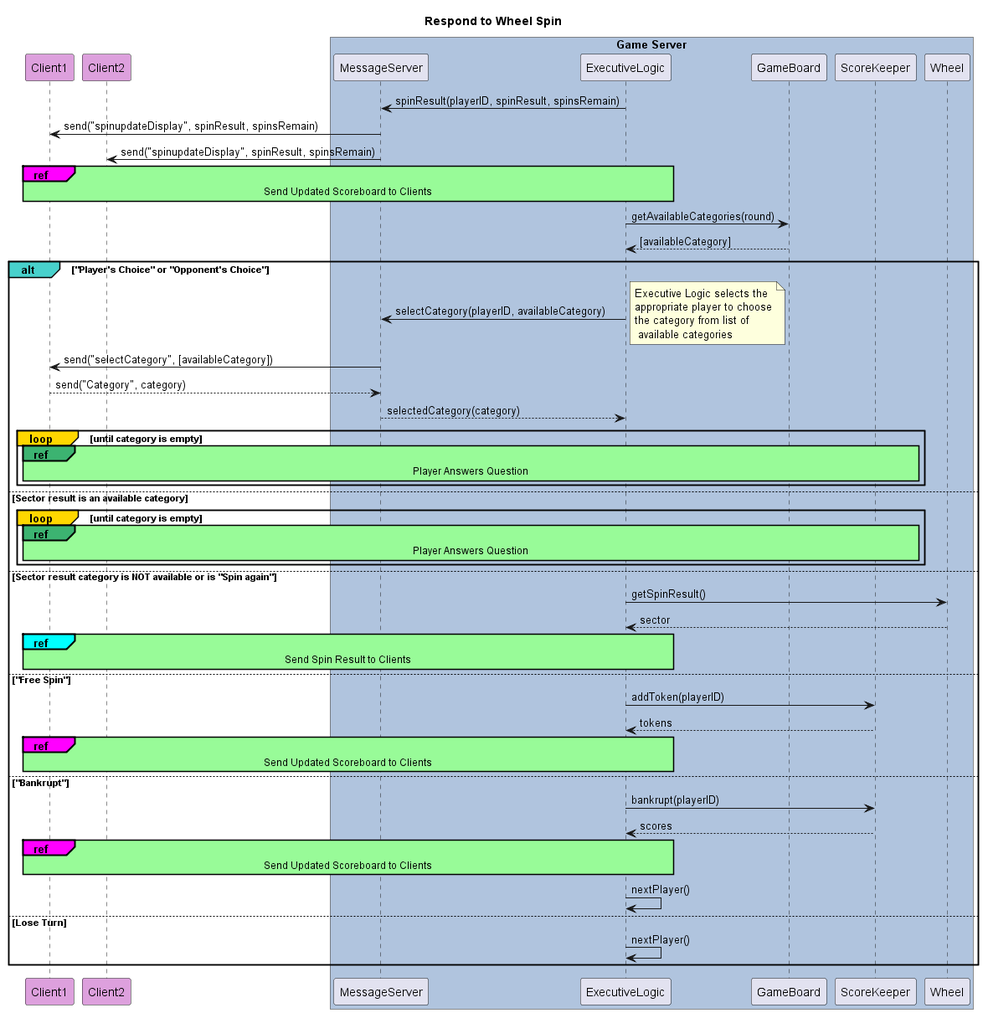
The PlantUML diagram out/diagrams/seq-diagram-wheel-spin/Respond to Wheel Spin.png in poszy/def_spinit_project, before a commit.
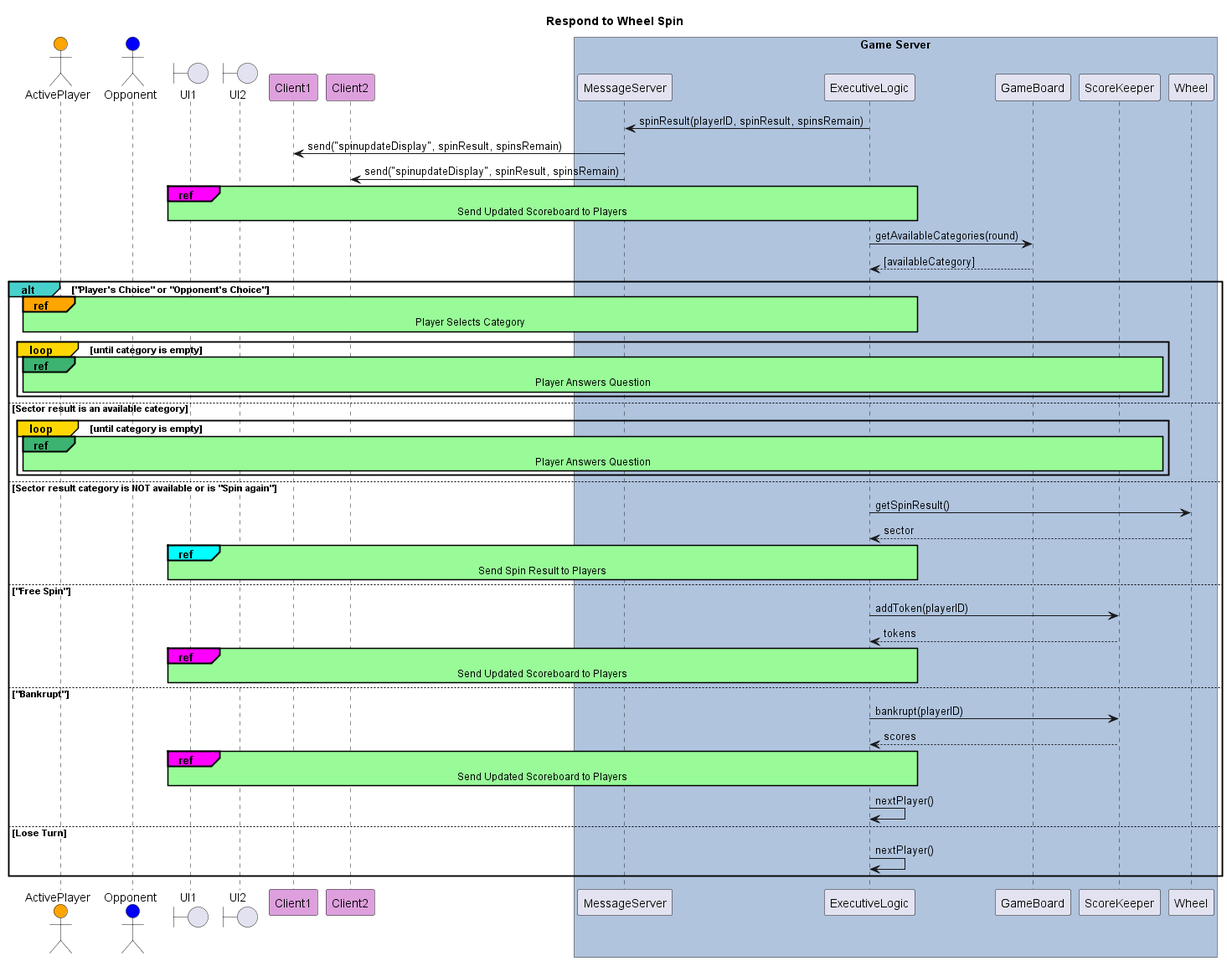
Above is the later version.

What changed in the source:
```diff
@@ -3,6 +3,13 @@
 
 skinparam sequenceReferenceBackgroundColor palegreen
 skinparam sequenceReferenceHeaderBackgroundColor  mediumseagreen
+
+
+actor ActivePlayer as Player1 #Orange
+actor Opponent as Player2 #blue
+
+boundary    UI1
+boundary    UI2
 
 participant Client1 #Plum
 participant Client2 #Plum
@@ -18,35 +25,28 @@
 Server <- ExecutiveLogic: spinResult(playerID, spinResult, spinsRemain)
 Client1 <- Server: send("spinupdateDisplay", spinResult, spinsRemain)
 Client2 <- Server: send("spinupdateDisplay", spinResult, spinsRemain)
-ref#Magenta over Client1, ExecutiveLogic
-        Send Updated Scoreboard to Clients
+ref#Magenta over UI1, ExecutiveLogic
+        Send Updated Scoreboard to Players
 end ref
 
 ExecutiveLogic -> GameBoard : getAvailableCategories(round)
 ExecutiveLogic <-- GameBoard : [availableCategory]
 
 alt#MediumTurquoise "Player's Choice" or "Opponent's Choice"
-    Server <- ExecutiveLogic: selectCategory(playerID, availableCategory)
-    note right
-    Executive Logic selects the
-    appropriate player to choose
-    the category from list of
-     available categories
-    end note
 
-    Client1 <- Server: send("selectCategory", [availableCategory])
-    Client1 --> Server: send("Category", category)
-    Server --> ExecutiveLogic: selectedCategory(category)
+    ref#Orange over Player1, ExecutiveLogic
+        Player Selects Category
+    end ref
 
     loop#Gold until category is empty
-            ref over Client1, ScoreKeeper
+            ref over Player1, ScoreKeeper
             Player Answers Question
         end ref
     end
 
 else Sector result is an available category
     loop#Gold until category is empty
-        ref over Client1, ScoreKeeper
+        ref over Player1, ScoreKeeper
             Player Answers Question
         end ref
     end
@@ -55,15 +55,15 @@
     ExecutiveLogic -> Wheel: getSpinResult()
     ExecutiveLogic <-- Wheel : sector
 
-    ref#Cyan over Client1, ExecutiveLogic
-            Send Spin Result to Clients
+    ref#Cyan over UI1, ExecutiveLogic
+            Send Spin Result to Players
     end ref
 
 else "Free Spin"
     ExecutiveLogic -> ScoreKeeper: addToken(playerID)
     ExecutiveLogic <-- ScoreKeeper: tokens
-    ref#Magenta over Client1, ExecutiveLogic
-        Send Updated Scoreboard to Clients
+    ref#Magenta over UI1, ExecutiveLogic
+        Send Updated Scoreboard to Players
     end ref
 
 
@@ -72,8 +72,8 @@
     ExecutiveLogic -> ScoreKeeper: bankrupt(playerID)
     ExecutiveLogic <-- ScoreKeeper: scores
 
-    ref#Magenta over Client1, ExecutiveLogic
-        Send Updated Scoreboard to Clients
+    ref#Magenta over UI1, ExecutiveLogic
+        Send Updated Scoreboard to Players
     end ref
 
     ExecutiveLogic -> ExecutiveLogic: nextPlayer()
```
